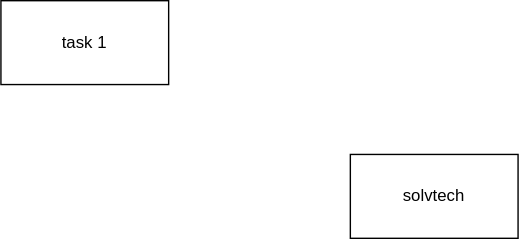
This is systems_analysis/eva2/crear-env-vars-gitbash-windows.drawio.svg from cdvelop/aiep, a draw.io export, as it was before one commit. Source tidied: cells renumbered, new cells last; positions are measured from the earlier drawing's top-left corner, leaving out a move shared by most shapes.
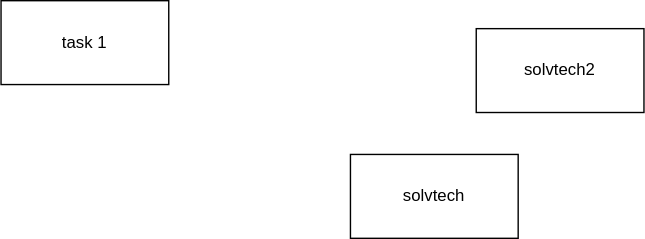
Above is the later version.

What changed in the source:
```diff
@@ -8,5 +8,8 @@
     <mxCell id="3" value="task 1" style="rounded=0;whiteSpace=wrap;html=1;" parent="1" vertex="1">
       <mxGeometry width="120" height="60" as="geometry" />
     </mxCell>
+    <mxCell id="4" value="solvtech2" style="rounded=0;whiteSpace=wrap;html=1;" parent="1" vertex="1">
+      <mxGeometry x="340" y="20" width="120" height="60" as="geometry" />
+    </mxCell>
   </root>
 </mxGraphModel>
```
